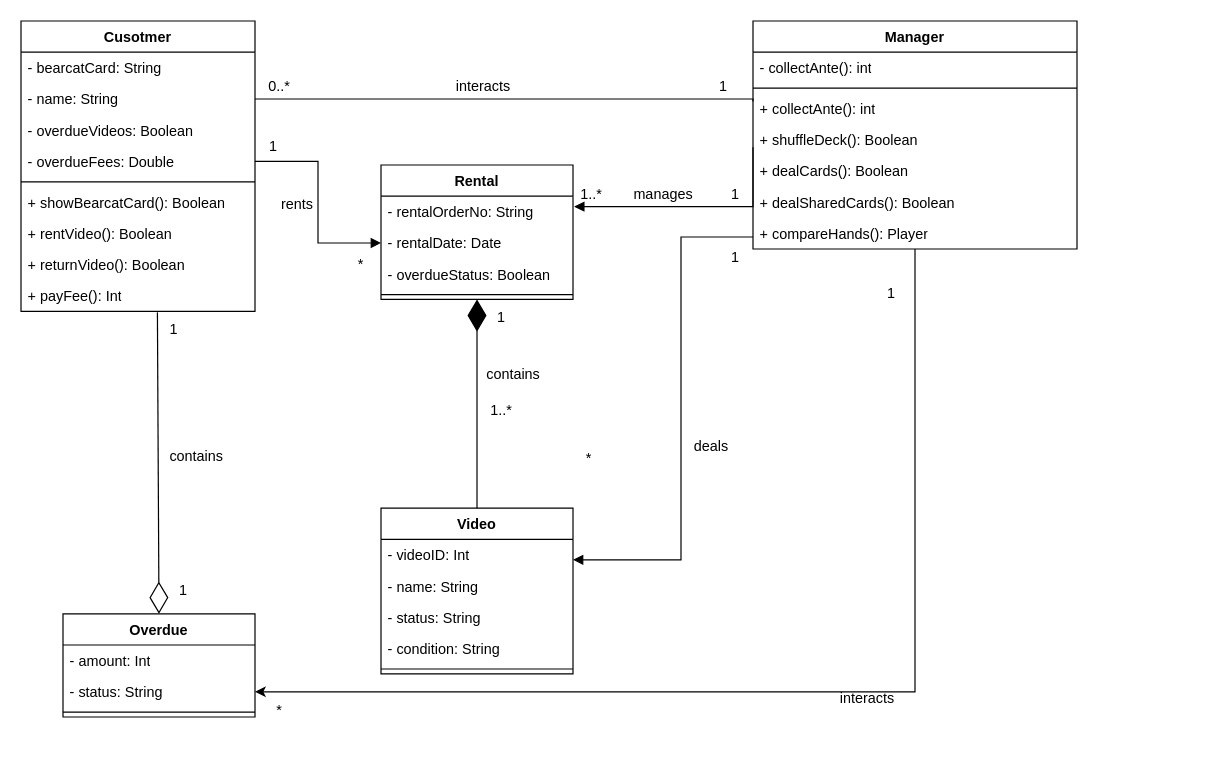
Before: Exam.drawio in LarryChenCode/IS7020_diagrams, a draw.io diagram. Source tidied: cells renumbered, new cells numbered last; positions are measured from the earlier drawing's top-left corner, leaving out a move shared by most shapes. Both pictures are drawn from the tidied source at 120%, with x=0, y=0 at pixel (20, 20).
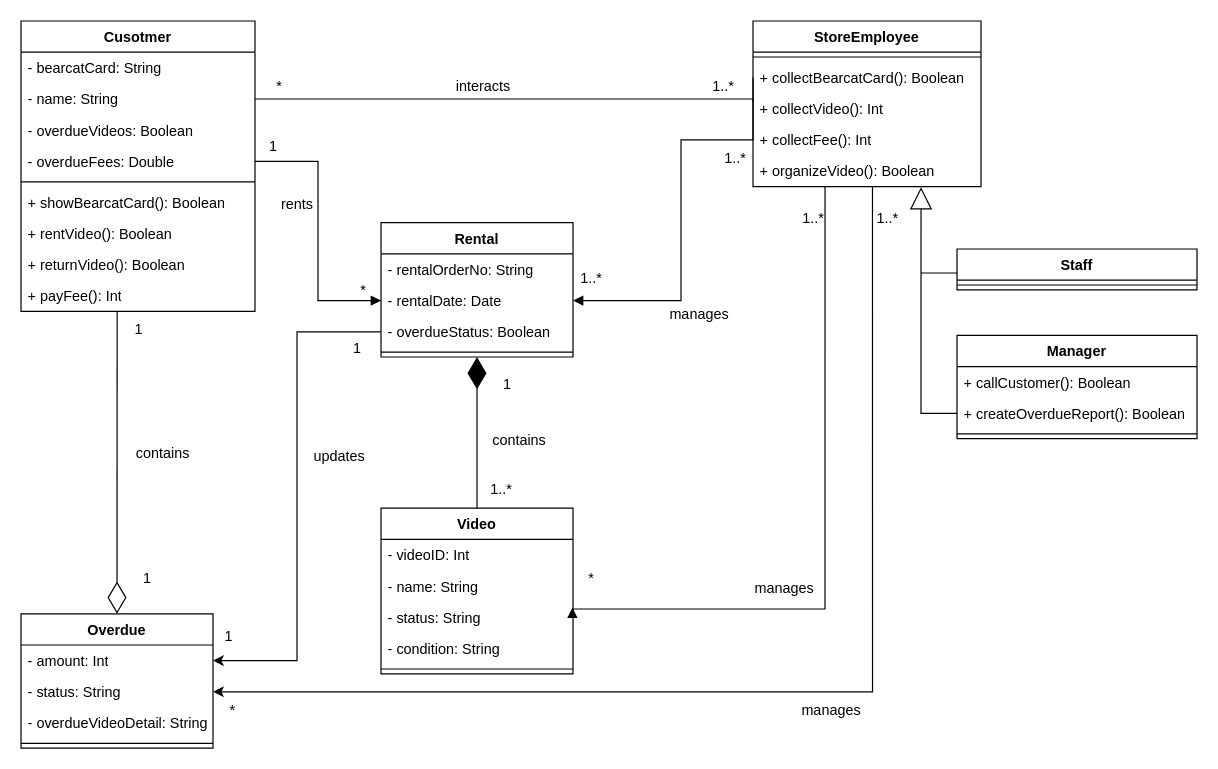
Above is the later version.

Unchanged cells that the change refers to:
```xml
<mxCell id="3" value="- amount: Int" style="text;strokeColor=none;fillColor=none;align=left;verticalAlign=top;spacingLeft=4;spacingRight=4;overflow=hidden;points=[[0,0.5],[1,0.5]];portConstraint=eastwest;whiteSpace=wrap;html=1;" parent="2" vertex="1">
  <mxGeometry y="26" width="160" height="26" as="geometry" />
</mxCell>
<mxCell id="4" value="- status: String" style="text;strokeColor=none;fillColor=none;align=left;verticalAlign=top;spacingLeft=4;spacingRight=4;overflow=hidden;points=[[0,0.5],[1,0.5]];portConstraint=eastwest;whiteSpace=wrap;html=1;" parent="2" vertex="1">
  <mxGeometry y="52" width="160" height="26" as="geometry" />
</mxCell>
<mxCell id="8" value="- rentalDate: Date" style="text;strokeColor=none;fillColor=none;align=left;verticalAlign=top;spacingLeft=4;spacingRight=4;overflow=hidden;points=[[0,0.5],[1,0.5]];portConstraint=eastwest;whiteSpace=wrap;html=1;" parent="6" vertex="1">
  <mxGeometry y="52" width="160" height="26" as="geometry" />
</mxCell>
<mxCell id="9" value="- overdueStatus: Boolean" style="text;strokeColor=none;fillColor=none;align=left;verticalAlign=top;spacingLeft=4;spacingRight=4;overflow=hidden;points=[[0,0.5],[1,0.5]];portConstraint=eastwest;whiteSpace=wrap;html=1;" parent="6" vertex="1">
  <mxGeometry y="78" width="160" height="26" as="geometry" />
</mxCell>
<mxCell id="20" value="+ payFee(): Int" style="text;strokeColor=none;fillColor=none;align=left;verticalAlign=top;spacingLeft=4;spacingRight=4;overflow=hidden;points=[[0,0.5],[1,0.5]];portConstraint=eastwest;whiteSpace=wrap;html=1;" parent="11" vertex="1">
  <mxGeometry y="216" width="195" height="26" as="geometry" />
</mxCell>
```

Diff of the diagram source:
```diff
@@
     <mxCell id="2" value="Overdue" style="swimlane;fontStyle=1;align=center;verticalAlign=top;horizontal=1;startSize=26;whiteSpace=wrap;html=1;" parent="1" vertex="1">
-      <mxGeometry x="35" y="494" width="160" height="86" as="geometry" />
+      <mxGeometry y="494" width="160" height="112" as="geometry" />
     </mxCell>
@@
+    <mxCell id="63" value="- overdueVideoDetail: String" style="text;strokeColor=none;fillColor=none;align=left;verticalAlign=top;spacingLeft=4;spacingRight=4;overflow=hidden;whiteSpace=wrap;html=1;" parent="2" vertex="1">
+      <mxGeometry y="78" width="160" height="26" as="geometry" />
+    </mxCell>
     <mxCell id="5" style="line;strokeWidth=1;fillColor=none;align=left;verticalAlign=middle;spacingTop=-1;spacingLeft=3;spacingRight=3;labelPosition=right;strokeColor=inherit;" parent="2" vertex="1">
-      <mxGeometry y="78" width="160" height="8" as="geometry" />
+      <mxGeometry y="104" width="160" height="8" as="geometry" />
     </mxCell>
     <mxCell id="6" value="Rental" style="swimlane;fontStyle=1;align=center;verticalAlign=top;horizontal=1;startSize=26;whiteSpace=wrap;html=1;" parent="1" vertex="1">
-      <mxGeometry x="300" y="120" width="160" height="112" as="geometry" />
+      <mxGeometry x="300" y="168" width="160" height="112" as="geometry" />
     </mxCell>
@@
-    <mxCell id="21" style="edgeStyle=orthogonalEdgeStyle;rounded=0;jettySize=auto;html=1;entryX=1;entryY=0.5;entryDx=0;entryDy=0;" parent="1" edge="1" source="22" target="4">
-      <mxGeometry relative="1" as="geometry" />
+    <mxCell id="21" style="edgeStyle=orthogonalEdgeStyle;rounded=0;jettySize=auto;html=1;entryX=1;entryY=0.5;entryDx=0;entryDy=0;exitX=0.524;exitY=1.014;exitDx=0;exitDy=0;exitPerimeter=0;" parent="1" edge="1" source="65" target="4">
+      <mxGeometry relative="1" as="geometry">
+        <Array as="points">
+          <mxPoint x="710" y="559" />
+        </Array>
+      </mxGeometry>
     </mxCell>
-    <mxCell id="22" value="Manager" style="swimlane;fontStyle=1;align=center;verticalAlign=top;horizontal=1;startSize=26;whiteSpace=wrap;html=1;" parent="1" vertex="1">
-      <mxGeometry x="610" width="270" height="190" as="geometry" />
+    <mxCell id="22" value="StoreEmployee" style="swimlane;fontStyle=1;align=center;verticalAlign=top;horizontal=1;startSize=26;whiteSpace=wrap;html=1;" parent="1" vertex="1">
+      <mxGeometry x="610" width="190" height="138" as="geometry" />
     </mxCell>
-    <mxCell id="23" value="- collectAnte(): int" style="text;strokeColor=none;fillColor=none;align=left;verticalAlign=top;spacingLeft=4;spacingRight=4;overflow=hidden;whiteSpace=wrap;html=1;" parent="22" vertex="1">
-      <mxGeometry y="26" width="270" height="26" as="geometry" />
-    </mxCell>
     <mxCell id="24" style="line;strokeWidth=1;fillColor=none;align=left;verticalAlign=middle;spacingTop=-1;spacingLeft=3;spacingRight=3;labelPosition=right;strokeColor=inherit;" parent="22" vertex="1">
-      <mxGeometry y="52" width="270" height="8" as="geometry" />
+      <mxGeometry y="26" width="190" height="8" as="geometry" />
     </mxCell>
+    <mxCell id="64" value="+ collectBearcatCard(): Boolean" style="text;strokeColor=none;fillColor=none;align=left;verticalAlign=top;spacingLeft=4;spacingRight=4;overflow=hidden;points=[[0,0.5],[1,0.5]];portConstraint=eastwest;whiteSpace=wrap;html=1;" parent="22" vertex="1">
+      <mxGeometry y="34" width="190" height="26" as="geometry" />
+    </mxCell>
-    <mxCell id="25" value="+ collectAnte(): int" style="text;strokeColor=none;fillColor=none;align=left;verticalAlign=top;spacingLeft=4;spacingRight=4;overflow=hidden;whiteSpace=wrap;html=1;" parent="22" vertex="1">
-      <mxGeometry y="60" width="270" height="26" as="geometry" />
+    <mxCell id="25" value="+ collectVideo(): Int" style="text;strokeColor=none;fillColor=none;align=left;verticalAlign=top;spacingLeft=4;spacingRight=4;overflow=hidden;whiteSpace=wrap;html=1;" parent="22" vertex="1">
+      <mxGeometry y="60" width="190" height="26" as="geometry" />
     </mxCell>
-    <mxCell id="26" value="+ shuffleDeck(): Boolean" style="text;strokeColor=none;fillColor=none;align=left;verticalAlign=top;spacingLeft=4;spacingRight=4;overflow=hidden;whiteSpace=wrap;html=1;" parent="22" vertex="1">
-      <mxGeometry y="86" width="270" height="26" as="geometry" />
+    <mxCell id="26" value="+ collectFee(): Int" style="text;strokeColor=none;fillColor=none;align=left;verticalAlign=top;spacingLeft=4;spacingRight=4;overflow=hidden;whiteSpace=wrap;html=1;" parent="22" vertex="1">
+      <mxGeometry y="86" width="190" height="26" as="geometry" />
     </mxCell>
-    <mxCell id="27" value="+ dealCards(): Boolean" style="text;strokeColor=none;fillColor=none;align=left;verticalAlign=top;spacingLeft=4;spacingRight=4;overflow=hidden;whiteSpace=wrap;html=1;" parent="22" vertex="1">
-      <mxGeometry y="112" width="270" height="26" as="geometry" />
-    </mxCell>
-    <mxCell id="28" value="+ dealSharedCards(): Boolean" style="text;strokeColor=none;fillColor=none;align=left;verticalAlign=top;spacingLeft=4;spacingRight=4;overflow=hidden;whiteSpace=wrap;html=1;" parent="22" vertex="1">
-      <mxGeometry y="138" width="270" height="26" as="geometry" />
-    </mxCell>
-    <mxCell id="29" value="+ compareHands(): Player" style="text;strokeColor=none;fillColor=none;align=left;verticalAlign=top;spacingLeft=4;spacingRight=4;overflow=hidden;whiteSpace=wrap;html=1;" parent="22" vertex="1">
-      <mxGeometry y="164" width="270" height="26" as="geometry" />
-    </mxCell>
+    <mxCell id="65" value="+ organizeVideo(): Boolean" style="text;strokeColor=none;fillColor=none;align=left;verticalAlign=top;spacingLeft=4;spacingRight=4;overflow=hidden;points=[[0,0.5],[1,0.5]];portConstraint=eastwest;whiteSpace=wrap;html=1;" parent="22" vertex="1">
+      <mxGeometry y="112" width="190" height="26" as="geometry" />
+    </mxCell>
@@
     <mxCell id="31" value="1..*" style="text;html=1;align=center;verticalAlign=middle;strokeColor=none;fillColor=none;" parent="1" vertex="1">
-      <mxGeometry x="380" y="310" width="40" height="30" as="geometry" />
+      <mxGeometry x="380" y="376" width="40" height="30" as="geometry" />
     </mxCell>
     <mxCell id="32" value="1" style="text;html=1;align=center;verticalAlign=middle;strokeColor=none;fillColor=none;" parent="1" vertex="1">
-      <mxGeometry x="385" y="232" width="30" height="30" as="geometry" />
+      <mxGeometry x="390" y="288" width="30" height="30" as="geometry" />
     </mxCell>
     <mxCell id="33" value="contains" style="text;html=1;align=center;verticalAlign=middle;strokeColor=none;fillColor=none;" parent="1" vertex="1">
-      <mxGeometry x="375" y="280" width="70" height="30" as="geometry" />
+      <mxGeometry x="380" y="335" width="70" height="30" as="geometry" />
     </mxCell>
     <mxCell id="34" value="manages" style="text;html=1;align=center;verticalAlign=middle;strokeColor=none;fillColor=none;" parent="1" vertex="1">
-      <mxGeometry x="500" y="130" width="70" height="30" as="geometry" />
+      <mxGeometry x="530" y="230" width="70" height="30" as="geometry" />
     </mxCell>
-    <mxCell id="35" style="endArrow=block;endFill=1;html=1;edgeStyle=orthogonalEdgeStyle;align=left;verticalAlign=top;rounded=0;exitX=0;exitY=0.5;exitDx=0;exitDy=0;entryX=1.006;entryY=0.936;entryDx=0;entryDy=0;entryPerimeter=0;" parent="1" edge="1">
+    <mxCell id="35" style="endArrow=block;endFill=1;html=1;edgeStyle=orthogonalEdgeStyle;align=left;verticalAlign=top;rounded=0;entryX=1;entryY=0.5;entryDx=0;entryDy=0;exitX=0;exitY=0.5;exitDx=0;exitDy=0;" parent="1" edge="1" source="64" target="8">
       <mxGeometry x="-1" relative="1" as="geometry">
-        <mxPoint x="610" y="105.3" as="sourcePoint" />
-        <mxPoint x="461" y="154.7" as="targetPoint" />
         <Array as="points">
-          <mxPoint x="610" y="154.3" />
+          <mxPoint x="550" y="99" />
+          <mxPoint x="550" y="233" />
         </Array>
       </mxGeometry>
     </mxCell>
-    <mxCell id="36" value="1" style="text;html=1;align=center;verticalAlign=middle;strokeColor=none;fillColor=none;" parent="1" vertex="1">
-      <mxGeometry x="580" y="130" width="30" height="30" as="geometry" />
+    <mxCell id="36" value="1..*" style="text;html=1;align=center;verticalAlign=middle;strokeColor=none;fillColor=none;" parent="1" vertex="1">
+      <mxGeometry x="575" y="100" width="40" height="30" as="geometry" />
     </mxCell>
     <mxCell id="37" value="1..*" style="text;html=1;align=center;verticalAlign=middle;strokeColor=none;fillColor=none;" parent="1" vertex="1">
-      <mxGeometry x="455" y="130" width="40" height="30" as="geometry" />
+      <mxGeometry x="455" y="200" width="40" height="30" as="geometry" />
     </mxCell>
-    <mxCell id="38" style="endArrow=block;endFill=1;html=1;edgeStyle=orthogonalEdgeStyle;align=left;verticalAlign=top;rounded=0;entryX=1;entryY=0.5;entryDx=0;entryDy=0;" parent="1" edge="1">
+    <mxCell id="38" style="endArrow=block;endFill=1;html=1;edgeStyle=orthogonalEdgeStyle;align=left;verticalAlign=top;rounded=0;entryX=1;entryY=0.5;entryDx=0;entryDy=0;exitX=0.316;exitY=0.999;exitDx=0;exitDy=0;exitPerimeter=0;" parent="1" edge="1" source="65">
       <mxGeometry x="-1" relative="1" as="geometry">
-        <mxPoint x="610" y="180" as="sourcePoint" />
-        <mxPoint x="460" y="449" as="targetPoint" />
+        <mxPoint x="459.5" y="488.9" as="targetPoint" />
         <Array as="points">
-          <mxPoint x="610" y="180" />
-          <mxPoint x="550" y="180" />
-          <mxPoint x="550" y="449" />
+          <mxPoint x="670" y="490" />
+          <mxPoint x="459" y="490" />
         </Array>
       </mxGeometry>
     </mxCell>
-    <mxCell id="39" value="deals" style="text;html=1;align=center;verticalAlign=middle;strokeColor=none;fillColor=none;" parent="1" vertex="1">
-      <mxGeometry x="550" y="340" width="50" height="30" as="geometry" />
+    <mxCell id="39" value="manages" style="text;html=1;align=center;verticalAlign=middle;strokeColor=none;fillColor=none;" parent="1" vertex="1">
+      <mxGeometry x="601" y="458" width="70" height="30" as="geometry" />
     </mxCell>
-    <mxCell id="40" value="1" style="text;html=1;align=center;verticalAlign=middle;strokeColor=none;fillColor=none;" parent="1" vertex="1">
-      <mxGeometry x="580" y="182" width="30" height="30" as="geometry" />
+    <mxCell id="40" value="1..*" style="text;html=1;align=center;verticalAlign=middle;strokeColor=none;fillColor=none;" parent="1" vertex="1">
+      <mxGeometry x="640" y="150" width="40" height="30" as="geometry" />
     </mxCell>
     <mxCell id="41" value="*" style="text;html=1;align=center;verticalAlign=middle;strokeColor=none;fillColor=none;" parent="1" vertex="1">
-      <mxGeometry x="458" y="350" width="30" height="30" as="geometry" />
+      <mxGeometry x="460" y="450" width="30" height="30" as="geometry" />
     </mxCell>
     <mxCell id="42" value="contains" style="text;html=1;align=center;verticalAlign=middle;strokeColor=none;fillColor=none;" parent="1" vertex="1">
-      <mxGeometry x="111" y="348" width="70" height="30" as="geometry" />
+      <mxGeometry x="82.5" y="346" width="70" height="30" as="geometry" />
     </mxCell>
     <mxCell id="43" value="1" style="text;html=1;align=center;verticalAlign=middle;strokeColor=none;fillColor=none;" parent="1" vertex="1">
-      <mxGeometry x="120" y="460" width="30" height="30" as="geometry" />
+      <mxGeometry x="90" y="450" width="30" height="30" as="geometry" />
     </mxCell>
     <mxCell id="44" value="1" style="text;html=1;align=center;verticalAlign=middle;strokeColor=none;fillColor=none;" parent="1" vertex="1">
-      <mxGeometry x="112" y="242" width="30" height="30" as="geometry" />
+      <mxGeometry x="82.5" y="242" width="30" height="30" as="geometry" />
     </mxCell>
@@
-    <mxCell id="46" value="0..*" style="text;html=1;align=center;verticalAlign=middle;strokeColor=none;fillColor=none;" parent="1" vertex="1">
-      <mxGeometry x="195" y="40" width="40" height="30" as="geometry" />
+    <mxCell id="46" value="*" style="text;html=1;align=center;verticalAlign=middle;strokeColor=none;fillColor=none;" parent="1" vertex="1">
+      <mxGeometry x="200" y="40" width="30" height="30" as="geometry" />
     </mxCell>
-    <mxCell id="47" value="1" style="text;html=1;align=center;verticalAlign=middle;strokeColor=none;fillColor=none;" parent="1" vertex="1">
-      <mxGeometry x="570" y="40" width="30" height="30" as="geometry" />
+    <mxCell id="47" value="1..*" style="text;html=1;align=center;verticalAlign=middle;strokeColor=none;fillColor=none;" parent="1" vertex="1">
+      <mxGeometry x="565" y="40" width="40" height="30" as="geometry" />
     </mxCell>
@@
-    <mxCell id="49" value="interacts" style="text;html=1;align=center;verticalAlign=middle;strokeColor=none;fillColor=none;" parent="1" vertex="1">
-      <mxGeometry x="670" y="550" width="70" height="30" as="geometry" />
+    <mxCell id="49" value="manages" style="text;html=1;align=center;verticalAlign=middle;strokeColor=none;fillColor=none;" parent="1" vertex="1">
+      <mxGeometry x="640" y="560" width="70" height="30" as="geometry" />
     </mxCell>
-    <mxCell id="50" value="1" style="text;html=1;align=center;verticalAlign=middle;strokeColor=none;fillColor=none;" parent="1" vertex="1">
-      <mxGeometry x="710" y="212" width="30" height="30" as="geometry" />
+    <mxCell id="50" value="1..*" style="text;html=1;align=center;verticalAlign=middle;strokeColor=none;fillColor=none;" parent="1" vertex="1">
+      <mxGeometry x="702" y="150" width="40" height="30" as="geometry" />
     </mxCell>
     <mxCell id="51" value="*" style="text;html=1;align=center;verticalAlign=middle;strokeColor=none;fillColor=none;" parent="1" vertex="1">
-      <mxGeometry x="200" y="560" width="30" height="30" as="geometry" />
+      <mxGeometry x="161" y="560" width="30" height="30" as="geometry" />
     </mxCell>
@@
     <mxCell id="55" value="*" style="text;html=1;align=center;verticalAlign=middle;strokeColor=none;fillColor=none;" parent="1" vertex="1">
-      <mxGeometry x="268" y="188" width="30" height="30" as="geometry" />
+      <mxGeometry x="270" y="210" width="30" height="30" as="geometry" />
     </mxCell>
-    <mxCell id="56" style="endArrow=diamondThin;endFill=0;endSize=24;html=1;rounded=0;exitX=0.583;exitY=1.031;exitDx=0;exitDy=0;exitPerimeter=0;entryX=0.5;entryY=0;entryDx=0;entryDy=0;" parent="1" edge="1" source="20" target="2">
+    <mxCell id="56" style="endArrow=diamondThin;endFill=0;endSize=24;html=1;rounded=0;exitX=0.411;exitY=1.014;exitDx=0;exitDy=0;exitPerimeter=0;entryX=0.5;entryY=0;entryDx=0;entryDy=0;" parent="1" edge="1" source="20" target="2">
       <mxGeometry relative="1" as="geometry" />
     </mxCell>
@@
+    <mxCell id="66" value="Staff" style="swimlane;fontStyle=1;align=center;verticalAlign=top;horizontal=1;startSize=26;whiteSpace=wrap;html=1;" parent="1" vertex="1">
+      <mxGeometry x="780" y="190" width="200" height="34" as="geometry" />
+    </mxCell>
+    <mxCell id="67" style="endArrow=none;html=1;edgeStyle=orthogonalEdgeStyle;rounded=0;" parent="66" edge="1">
+      <mxGeometry relative="1" as="geometry">
+        <mxPoint x="-30" y="20" as="sourcePoint" />
+        <mxPoint y="20" as="targetPoint" />
+        <Array as="points">
+          <mxPoint x="-30" y="20" />
+          <mxPoint y="20" />
+        </Array>
+      </mxGeometry>
+    </mxCell>
+    <mxCell id="68" style="line;strokeWidth=1;fillColor=none;align=left;verticalAlign=middle;spacingTop=-1;spacingLeft=3;spacingRight=3;labelPosition=right;strokeColor=inherit;" parent="66" vertex="1">
+      <mxGeometry y="26" width="200" height="8" as="geometry" />
+    </mxCell>
+    <mxCell id="69" value="Manager" style="swimlane;fontStyle=1;align=center;verticalAlign=top;horizontal=1;startSize=26;whiteSpace=wrap;html=1;" parent="1" vertex="1">
+      <mxGeometry x="780" y="262" width="200" height="86" as="geometry" />
+    </mxCell>
+    <mxCell id="70" value="+ callCustomer(): Boolean" style="text;strokeColor=none;fillColor=none;align=left;verticalAlign=top;spacingLeft=4;spacingRight=4;overflow=hidden;whiteSpace=wrap;html=1;" parent="69" vertex="1">
+      <mxGeometry y="26" width="200" height="26" as="geometry" />
+    </mxCell>
+    <mxCell id="71" value="+ createOverdueReport(): Boolean" style="text;strokeColor=none;fillColor=none;align=left;verticalAlign=top;spacingLeft=4;spacingRight=4;overflow=hidden;points=[[0,0.5],[1,0.5]];portConstraint=eastwest;whiteSpace=wrap;html=1;" parent="69" vertex="1">
+      <mxGeometry y="52" width="200" height="26" as="geometry" />
+    </mxCell>
+    <mxCell id="72" style="line;strokeWidth=1;fillColor=none;align=left;verticalAlign=middle;spacingTop=-1;spacingLeft=3;spacingRight=3;labelPosition=right;strokeColor=inherit;" parent="69" vertex="1">
+      <mxGeometry y="78" width="200" height="8" as="geometry" />
+    </mxCell>
+    <mxCell id="73" style="endArrow=block;endSize=16;endFill=0;html=1;rounded=0;entryX=0.737;entryY=1.019;entryDx=0;entryDy=0;entryPerimeter=0;exitX=0;exitY=0.5;exitDx=0;exitDy=0;" parent="1" edge="1" source="71" target="65">
+      <mxGeometry relative="1" as="geometry">
+        <Array as="points">
+          <mxPoint x="750" y="327" />
+        </Array>
+      </mxGeometry>
+    </mxCell>
+    <mxCell id="74" style="edgeStyle=orthogonalEdgeStyle;rounded=0;jettySize=auto;html=1;entryX=1;entryY=0.5;entryDx=0;entryDy=0;" parent="1" edge="1" source="9" target="3">
+      <mxGeometry relative="1" as="geometry" />
+    </mxCell>
+    <mxCell id="75" value="updates" style="text;html=1;align=center;verticalAlign=middle;strokeColor=none;fillColor=none;" parent="1" vertex="1">
+      <mxGeometry x="230" y="348" width="70" height="30" as="geometry" />
+    </mxCell>
+    <mxCell id="76" value="1" style="text;html=1;align=center;verticalAlign=middle;strokeColor=none;fillColor=none;" parent="1" vertex="1">
+      <mxGeometry x="265" y="258" width="30" height="30" as="geometry" />
+    </mxCell>
+    <mxCell id="77" value="1" style="text;html=1;align=center;verticalAlign=middle;strokeColor=none;fillColor=none;" parent="1" vertex="1">
+      <mxGeometry x="158" y="498" width="30" height="30" as="geometry" />
+    </mxCell>
```
